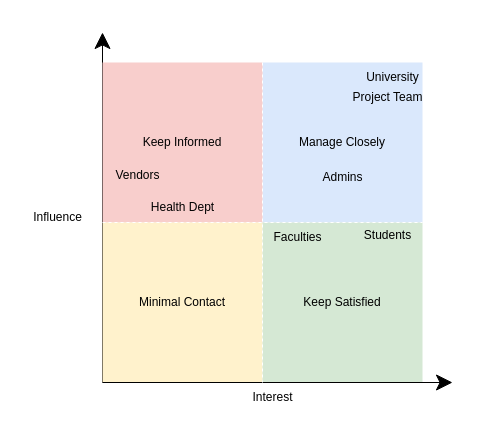
Sky-monster/Diagrams keeps this draw.io diagram as StakeholderMap.drawio. Above is the earlier version. Source tidied: cells renumbered, new cells numbered last; positions are measured from the earlier drawing's top-left corner, leaving out a move shared by most shapes. Both pictures are drawn from the tidied source at 100%, with x=0, y=0 at pixel (22, 32).
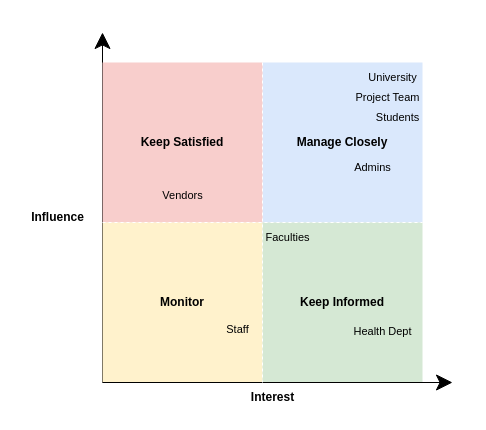
The same diagram, later.

Diff of the diagram source:
```diff
@@
-    <mxCell id="3" value="Manage Closely" style="whiteSpace=wrap;html=1;strokeColor=none;fillColor=#dae8fc;" parent="1" vertex="1">
+    <mxCell id="3" value="&lt;b&gt;Manage Closely&lt;/b&gt;" style="whiteSpace=wrap;html=1;strokeColor=none;fillColor=#dae8fc;" parent="1" vertex="1">
       <mxGeometry x="240" y="30" width="160" height="160" as="geometry" />
     </mxCell>
-    <mxCell id="4" value="Keep Informed" style="whiteSpace=wrap;html=1;strokeColor=none;fillColor=#f8cecc;" parent="1" vertex="1">
+    <mxCell id="4" value="&lt;b&gt;Keep Satisfied&lt;/b&gt;" style="whiteSpace=wrap;html=1;strokeColor=none;fillColor=#f8cecc;" parent="1" vertex="1">
       <mxGeometry x="80" y="30" width="160" height="160" as="geometry" />
     </mxCell>
-    <mxCell id="5" value="Minimal Contact" style="whiteSpace=wrap;html=1;fillColor=#fff2cc;strokeColor=none;" parent="1" vertex="1">
+    <mxCell id="5" value="&lt;b&gt;Monitor&lt;/b&gt;" style="whiteSpace=wrap;html=1;fillColor=#fff2cc;strokeColor=none;" parent="1" vertex="1">
       <mxGeometry x="80" y="190" width="160" height="160" as="geometry" />
     </mxCell>
-    <mxCell id="6" value="Keep Satisfied" style="whiteSpace=wrap;html=1;strokeColor=none;fillColor=#d5e8d4;align=center;fontColor=#000000;" parent="1" vertex="1">
+    <mxCell id="6" value="&lt;b&gt;Keep Informed&lt;/b&gt;" style="whiteSpace=wrap;html=1;strokeColor=none;fillColor=#d5e8d4;align=center;fontColor=#000000;" parent="1" vertex="1">
       <mxGeometry x="240" y="190" width="160" height="160" as="geometry" />
     </mxCell>
@@
-    <mxCell id="8" value="Interest" style="text;html=1;align=center;verticalAlign=middle;strokeColor=none;fillColor=none;" parent="1" vertex="1">
-      <mxGeometry x="220" y="350" width="60" height="30" as="geometry" />
+    <mxCell id="8" value="&lt;b&gt;Interest&lt;/b&gt;" style="text;html=1;align=center;verticalAlign=middle;strokeColor=none;fillColor=none;" parent="1" vertex="1">
+      <mxGeometry x="215" y="350" width="70" height="30" as="geometry" />
     </mxCell>
-    <mxCell id="9" value="Influence" style="text;html=1;align=center;verticalAlign=middle;strokeColor=none;fillColor=none;" parent="1" vertex="1">
-      <mxGeometry y="170" width="70" height="30" as="geometry" />
+    <mxCell id="9" value="&lt;b&gt;Influence&lt;/b&gt;" style="text;html=1;align=center;verticalAlign=middle;strokeColor=none;fillColor=none;" parent="1" vertex="1">
+      <mxGeometry x="-5" y="170" width="80" height="30" as="geometry" />
     </mxCell>
@@
-    <mxCell id="12" value="Students" style="text;html=1;align=center;verticalAlign=middle;strokeColor=none;fillColor=none;" parent="1" vertex="1">
-      <mxGeometry x="330" y="188" width="70" height="30" as="geometry" />
+    <mxCell id="12" value="Students" style="text;html=1;align=center;verticalAlign=middle;strokeColor=none;fillColor=none;fontSize=11;" parent="1" vertex="1">
+      <mxGeometry x="340" y="70" width="70" height="30" as="geometry" />
     </mxCell>
-    <mxCell id="13" value="University" style="text;html=1;align=center;verticalAlign=middle;strokeColor=none;fillColor=none;" parent="1" vertex="1">
-      <mxGeometry x="330" y="30" width="80" height="30" as="geometry" />
+    <mxCell id="13" value="University" style="text;html=1;align=center;verticalAlign=middle;strokeColor=none;fillColor=none;fontSize=11;" parent="1" vertex="1">
+      <mxGeometry x="335" y="30" width="70" height="30" as="geometry" />
     </mxCell>
-    <mxCell id="14" value="Health Dept" style="text;html=1;align=center;verticalAlign=middle;strokeColor=none;fillColor=none;" parent="1" vertex="1">
-      <mxGeometry x="115" y="160" width="90" height="30" as="geometry" />
+    <mxCell id="14" value="Health Dept" style="text;html=1;align=center;verticalAlign=middle;strokeColor=none;fillColor=none;fontSize=11;" parent="1" vertex="1">
+      <mxGeometry x="320" y="284" width="80" height="30" as="geometry" />
     </mxCell>
-    <mxCell id="15" value="Vendors&lt;div&gt;&lt;br&gt;&lt;/div&gt;" style="text;html=1;align=center;verticalAlign=middle;strokeColor=none;fillColor=none;" parent="1" vertex="1">
-      <mxGeometry x="80" y="130" width="70" height="40" as="geometry" />
+    <mxCell id="15" value="Vendors&lt;div&gt;&lt;br&gt;&lt;/div&gt;" style="text;html=1;align=center;verticalAlign=middle;strokeColor=none;fillColor=none;fontSize=11;" parent="1" vertex="1">
+      <mxGeometry x="130" y="150" width="60" height="40" as="geometry" />
     </mxCell>
-    <mxCell id="16" value="Admins" style="text;html=1;align=center;verticalAlign=middle;strokeColor=none;fillColor=none;" parent="1" vertex="1">
-      <mxGeometry x="290" y="130" width="60" height="30" as="geometry" />
+    <mxCell id="16" value="Admins" style="text;html=1;align=center;verticalAlign=middle;strokeColor=none;fillColor=none;fontSize=11;" parent="1" vertex="1">
+      <mxGeometry x="320" y="120" width="60" height="30" as="geometry" />
     </mxCell>
-    <mxCell id="17" value="Project Team" style="text;html=1;align=center;verticalAlign=middle;strokeColor=none;fillColor=none;" parent="1" vertex="1">
+    <mxCell id="17" value="Project Team" style="text;html=1;align=center;verticalAlign=middle;strokeColor=none;fillColor=none;fontSize=11;" parent="1" vertex="1">
       <mxGeometry x="320" y="50" width="90" height="30" as="geometry" />
     </mxCell>
-    <mxCell id="18" value="Faculties" style="text;html=1;align=center;verticalAlign=middle;strokeColor=none;fillColor=none;" parent="1" vertex="1">
-      <mxGeometry x="240" y="190" width="70" height="30" as="geometry" />
+    <mxCell id="18" value="Faculties" style="text;html=1;align=center;verticalAlign=middle;strokeColor=none;fillColor=none;fontSize=11;" parent="1" vertex="1">
+      <mxGeometry x="230" y="190" width="70" height="30" as="geometry" />
     </mxCell>
+    <mxCell id="19" value="Staff&lt;div&gt;&lt;br&gt;&lt;/div&gt;" style="text;html=1;align=center;verticalAlign=middle;strokeColor=none;fillColor=none;fontSize=11;" parent="1" vertex="1">
+      <mxGeometry x="190" y="284" width="50" height="40" as="geometry" />
+    </mxCell>
```
